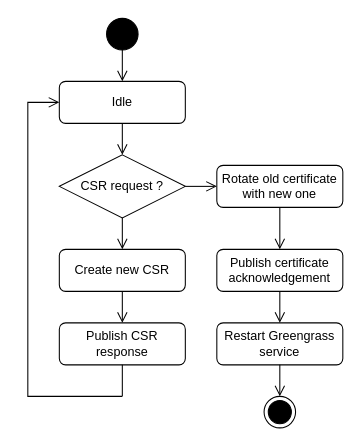
56kcloud/master-thesis-cloud-iot-ref-architecture keeps this draw.io diagram as 04-resources/design/activity_diagram_certificate_rotator.drawio. Above is the earlier version. Source tidied: cells renumbered, new cells numbered last; positions are measured from the earlier drawing's top-left corner, leaving out a move shared by most shapes. Both pictures are drawn from the tidied source at 105%, with x=0, y=0 at pixel (27, 18).
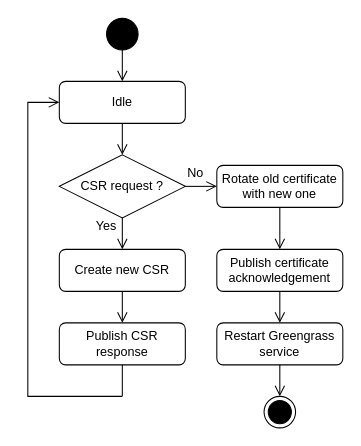
After the change.

The edit, as a diff of the source:
```diff
@@
+    <mxCell id="21" value="Yes" style="text;html=1;strokeColor=none;fillColor=none;align=center;verticalAlign=middle;whiteSpace=wrap;rounded=0;" parent="1" vertex="1">
+      <mxGeometry x="60" y="190" width="30" height="15" as="geometry" />
+    </mxCell>
+    <mxCell id="22" value="No" style="text;html=1;strokeColor=none;fillColor=none;align=center;verticalAlign=middle;whiteSpace=wrap;rounded=0;" parent="1" vertex="1">
+      <mxGeometry x="145" y="140" width="30" height="15" as="geometry" />
+    </mxCell>
```
